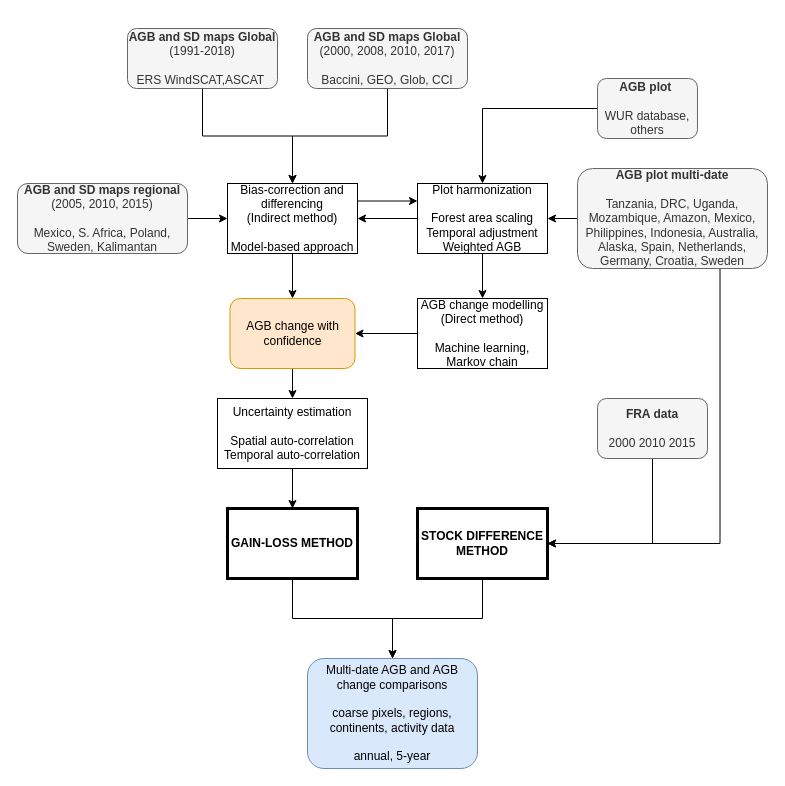
arnanaraza/diagrams keeps this draw.io diagram as Biomass change.drawio. Above is the earlier version. Source tidied: cells renumbered, new cells numbered last; positions are measured from the earlier drawing's top-left corner, leaving out a move shared by most shapes. Both pictures are drawn from the tidied source at 100%, with x=0, y=0 at pixel (17, 28).
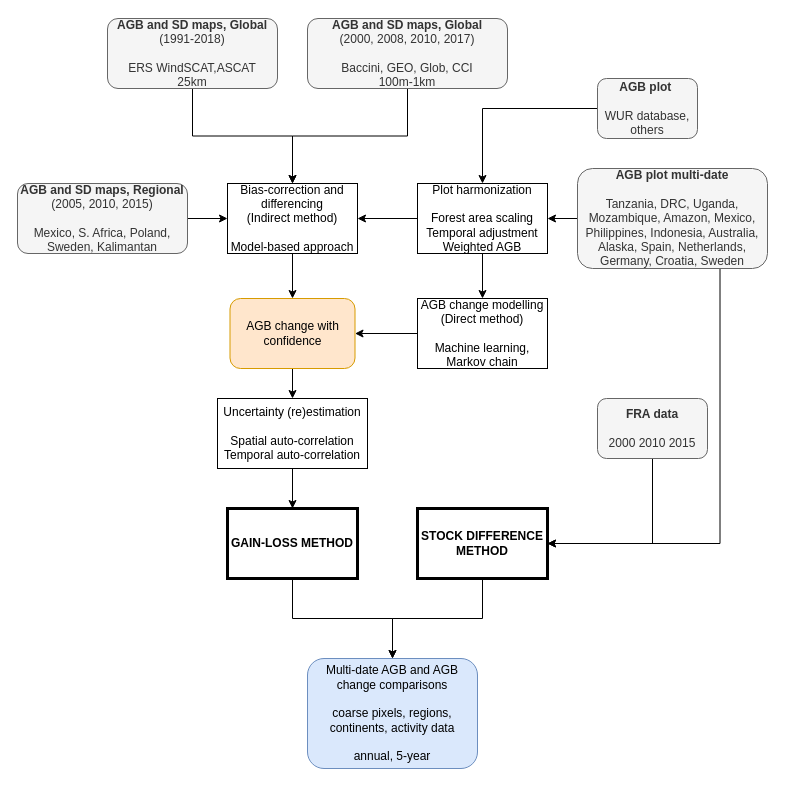
The same page after the edit.

Unchanged cells that the change refers to:
```xml
<mxCell id="11" value="Bias-correction and differencing &lt;br&gt;(Indirect method)&lt;br&gt;&lt;br&gt;Model-based approach" style="rounded=0;whiteSpace=wrap;html=1;" parent="1" vertex="1">
  <mxGeometry x="210" y="155" width="130" height="70" as="geometry" />
</mxCell>
<mxCell id="26" value="Plot harmonization&lt;br&gt;&lt;br&gt;Forest area scaling&lt;br&gt;Temporal adjustment&lt;br&gt;Weighted AGB" style="rounded=0;whiteSpace=wrap;html=1;" parent="1" vertex="1">
  <mxGeometry x="400" y="155" width="130" height="70" as="geometry" />
</mxCell>
```

Diff of the diagram source:
```diff
@@
-    <mxCell id="5" value="&lt;b&gt;AGB and SD maps Global&lt;/b&gt; &lt;br&gt;(1991-2018)&lt;br&gt;&lt;br&gt;ERS WindSCAT,ASCAT&amp;nbsp;" style="rounded=1;whiteSpace=wrap;html=1;fillColor=#f5f5f5;strokeColor=#666666;fontColor=#333333;" parent="1" vertex="1">
-      <mxGeometry x="110" width="150" height="60" as="geometry" />
+    <mxCell id="5" value="&lt;b&gt;AGB and SD maps, Global&lt;/b&gt; &lt;br&gt;(1991-2018)&lt;br&gt;&lt;br&gt;ERS WindSCAT,ASCAT&lt;br&gt;25km" style="rounded=1;whiteSpace=wrap;html=1;fillColor=#f5f5f5;strokeColor=#666666;fontColor=#333333;" parent="1" vertex="1">
+      <mxGeometry x="90" y="-10" width="170" height="70" as="geometry" />
     </mxCell>
@@
-    <mxCell id="7" value="&lt;b&gt;AGB and SD maps Global &lt;br&gt;&lt;/b&gt;(2000, 2008, 2010, 2017)&lt;br&gt;&lt;br&gt;Baccini, GEO, Glob, CCI" style="rounded=1;whiteSpace=wrap;html=1;fillColor=#f5f5f5;strokeColor=#666666;fontColor=#333333;" parent="1" vertex="1">
-      <mxGeometry x="290" width="160" height="60" as="geometry" />
+    <mxCell id="7" value="&lt;b&gt;AGB and SD maps, Global &lt;br&gt;&lt;/b&gt;(2000, 2008, 2010, 2017)&lt;br&gt;&lt;br&gt;Baccini, GEO, Glob, CCI&lt;br&gt;100m-1km" style="rounded=1;whiteSpace=wrap;html=1;fillColor=#f5f5f5;strokeColor=#666666;fontColor=#333333;" parent="1" vertex="1">
+      <mxGeometry x="290" y="-10" width="200" height="70" as="geometry" />
     </mxCell>
@@
-    <mxCell id="9" value="&lt;b&gt;AGB and SD maps regional&lt;/b&gt;&lt;br&gt;(2005, 2010, 2015)&lt;br&gt;&lt;br&gt;Mexico, S. Africa, Poland, Sweden, Kalimantan" style="rounded=1;whiteSpace=wrap;html=1;fillColor=#f5f5f5;strokeColor=#666666;fontColor=#333333;" parent="1" vertex="1">
+    <mxCell id="9" value="&lt;b&gt;AGB and SD maps, Regional&lt;/b&gt;&lt;br&gt;(2005, 2010, 2015)&lt;br&gt;&lt;br&gt;Mexico, S. Africa, Poland, Sweden, Kalimantan" style="rounded=1;whiteSpace=wrap;html=1;fillColor=#f5f5f5;strokeColor=#666666;fontColor=#333333;" parent="1" vertex="1">
       <mxGeometry y="155" width="170" height="70" as="geometry" />
     </mxCell>
-    <mxCell id="10" style="edgeStyle=orthogonalEdgeStyle;rounded=0;jettySize=auto;html=1;exitX=1;exitY=0.25;exitDx=0;exitDy=0;entryX=0;entryY=0.25;entryDx=0;entryDy=0;" parent="1" edge="1" source="11" target="26">
-      <mxGeometry relative="1" as="geometry" />
-    </mxCell>
@@
-    <mxCell id="18" value="Uncertainty estimation&lt;br&gt;&lt;br&gt;Spatial auto-correlation&lt;br&gt;Temporal auto-correlation" style="rounded=0;whiteSpace=wrap;html=1;" parent="1" vertex="1">
+    <mxCell id="18" value="Uncertainty (re)estimation&lt;br&gt;&lt;br&gt;Spatial auto-correlation&lt;br&gt;Temporal auto-correlation" style="rounded=0;whiteSpace=wrap;html=1;" parent="1" vertex="1">
       <mxGeometry x="200" y="370" width="150" height="70" as="geometry" />
     </mxCell>
```
